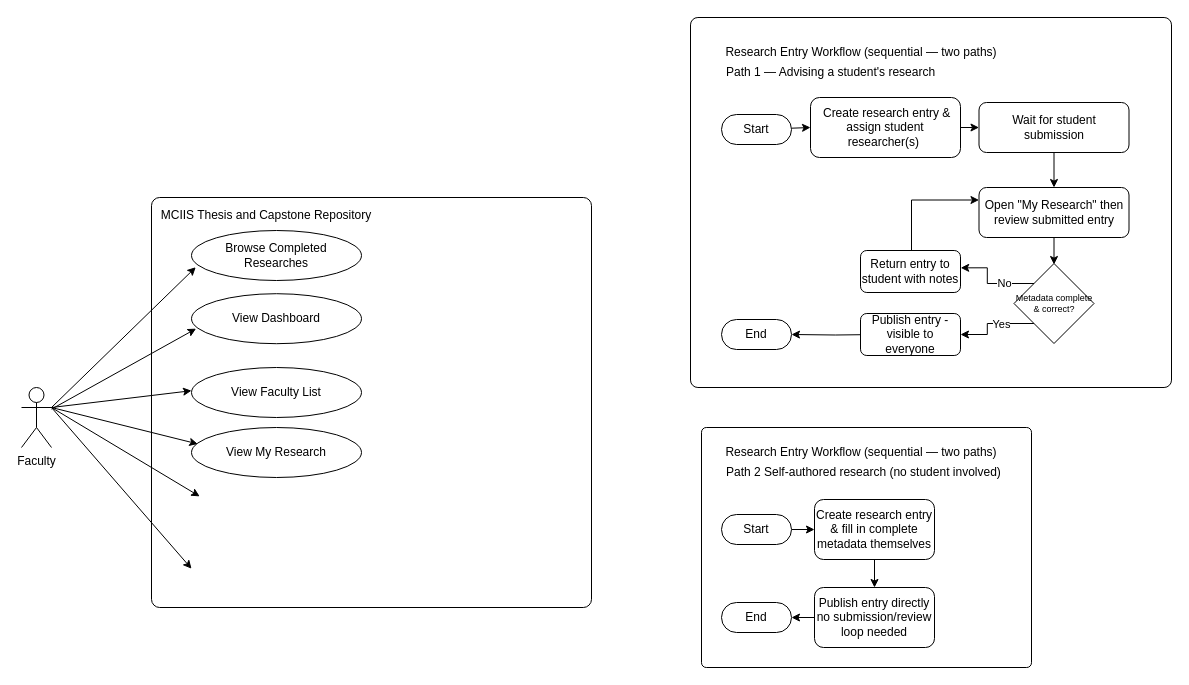
Above: page "faculty" (3 of 4) of user_flow_diagram.drawio in reynchick/mciistcrepo (draw.io), before the change. Source tidied: cells renumbered, new cells numbered last; positions are measured from the earlier drawing's top-left corner, leaving out a move shared by most shapes. Both pictures are drawn from the tidied source at 100%, with x=0, y=0 at pixel (21, 17).
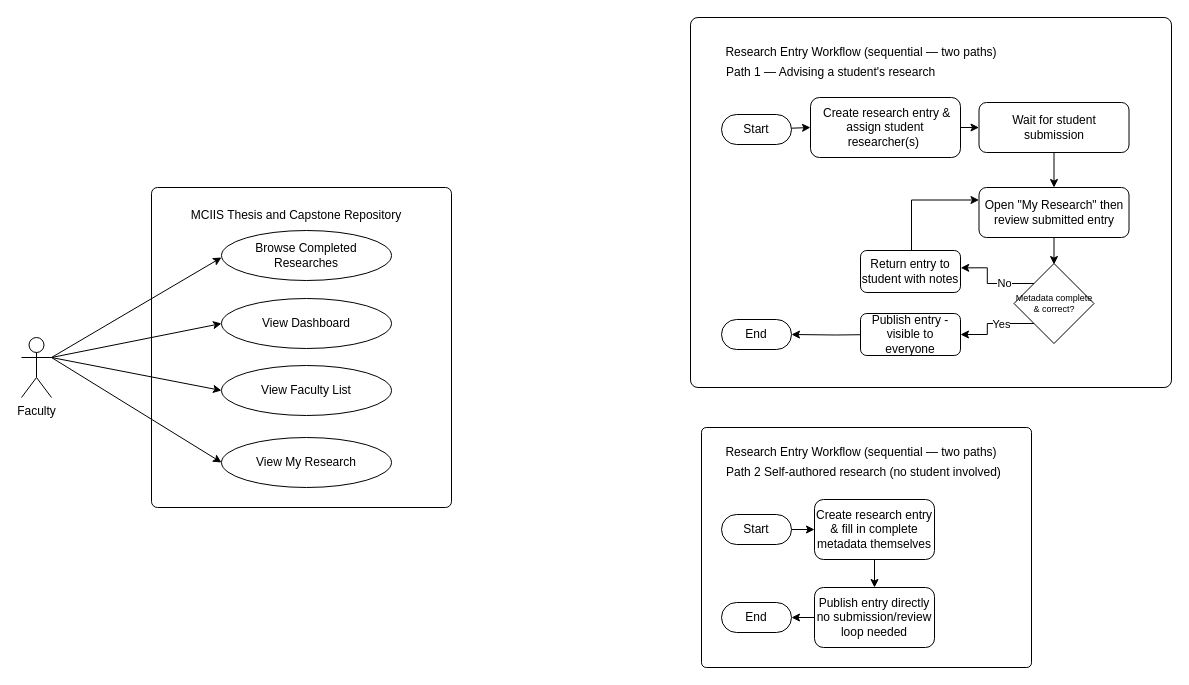
The same page after the edit.

Diff of the diagram source:
```diff
@@
     <mxCell id="4" style="rounded=1;whiteSpace=wrap;html=1;arcSize=2;" parent="1" vertex="1">
-      <mxGeometry x="130" y="180" width="440" height="410" as="geometry" />
+      <mxGeometry x="130" y="170" width="300" height="320" as="geometry" />
     </mxCell>
-    <mxCell id="5" style="rounded=0;jettySize=auto;html=1;entryX=0;entryY=0.644;entryDx=0;entryDy=0;entryPerimeter=0;exitX=1;exitY=0.3333333333333333;exitDx=0;exitDy=0;exitPerimeter=0;" parent="1" edge="1" source="10">
-      <mxGeometry relative="1" as="geometry">
-        <mxPoint x="170" y="373.2" as="targetPoint" />
-      </mxGeometry>
+    <mxCell id="5" style="rounded=0;jettySize=auto;html=1;entryX=0;entryY=0.5;entryDx=0;entryDy=0;exitX=1;exitY=0.3333333333333333;exitDx=0;exitDy=0;exitPerimeter=0;" parent="1" edge="1" source="10" target="15">
+      <mxGeometry relative="1" as="geometry" />
     </mxCell>
-    <mxCell id="6" style="rounded=0;jettySize=auto;html=1;entryX=0.037;entryY=0.329;entryDx=0;entryDy=0;entryPerimeter=0;exitX=1;exitY=0.3333333333333333;exitDx=0;exitDy=0;exitPerimeter=0;" parent="1" edge="1" source="10" target="16">
+    <mxCell id="6" style="rounded=0;jettySize=auto;html=1;entryX=0;entryY=0.5;entryDx=0;entryDy=0;exitX=1;exitY=0.3333333333333333;exitDx=0;exitDy=0;exitPerimeter=0;" parent="1" edge="1" source="10" target="16">
       <mxGeometry relative="1" as="geometry" />
     </mxCell>
-    <mxCell id="7" style="edgeStyle=none;rounded=0;jettySize=auto;html=1;entryX=0.027;entryY=0.699;entryDx=0;entryDy=0;entryPerimeter=0;" parent="1" edge="1" source="10" target="11">
+    <mxCell id="7" style="edgeStyle=none;rounded=0;jettySize=auto;html=1;entryX=0;entryY=0.5;entryDx=0;entryDy=0;exitX=1;exitY=0.3333333333333333;exitDx=0;exitDy=0;exitPerimeter=0;" parent="1" edge="1" source="10" target="11">
       <mxGeometry relative="1" as="geometry" />
     </mxCell>
-    <mxCell id="8" style="edgeStyle=none;rounded=0;jettySize=auto;html=1;exitX=1;exitY=0.3333333333333333;exitDx=0;exitDy=0;exitPerimeter=0;entryX=0.048;entryY=0.253;entryDx=0;entryDy=0;entryPerimeter=0;" parent="1" edge="1" source="10">
-      <mxGeometry relative="1" as="geometry">
-        <mxPoint x="178.2" y="478.9" as="targetPoint" />
-      </mxGeometry>
-    </mxCell>
-    <mxCell id="9" style="edgeStyle=none;rounded=0;jettySize=auto;html=1;entryX=0;entryY=0.5;entryDx=0;entryDy=0;exitX=1;exitY=0.3333333333333333;exitDx=0;exitDy=0;exitPerimeter=0;" parent="1" edge="1" source="10">
-      <mxGeometry relative="1" as="geometry">
-        <mxPoint x="170" y="551.2" as="targetPoint" />
-      </mxGeometry>
-    </mxCell>
     <mxCell id="10" value="Faculty" style="shape=umlActor;verticalLabelPosition=bottom;verticalAlign=top;html=1;outlineConnect=0;" parent="1" vertex="1">
-      <mxGeometry y="370" width="30" height="60" as="geometry" />
+      <mxGeometry y="320" width="30" height="60" as="geometry" />
     </mxCell>
     <mxCell id="11" value="&lt;div&gt;View Dashboard&lt;/div&gt;" style="ellipse;whiteSpace=wrap;html=1;shapeInside=1;" parent="1" vertex="1">
-      <mxGeometry x="170" y="276.2" width="170" height="50" as="geometry" />
+      <mxGeometry x="200" y="281" width="170" height="50" as="geometry" />
     </mxCell>
     <mxCell id="12" value="Browse Completed Researches" style="ellipse;whiteSpace=wrap;html=1;shapeInside=1;" parent="1" vertex="1">
-      <mxGeometry x="170" y="213" width="170" height="50" as="geometry" />
+      <mxGeometry x="200" y="213" width="170" height="50" as="geometry" />
     </mxCell>
     <mxCell id="13" value="MCIIS Thesis and Capstone Repository" style="text;html=1;whiteSpace=wrap;strokeColor=none;fillColor=none;align=center;verticalAlign=middle;rounded=0;" parent="1" vertex="1">
-      <mxGeometry x="135" y="183" width="220" height="30" as="geometry" />
+      <mxGeometry x="165" y="183" width="220" height="30" as="geometry" />
     </mxCell>
-    <mxCell id="14" style="edgeStyle=none;rounded=0;jettySize=auto;html=1;entryX=0.025;entryY=0.734;entryDx=0;entryDy=0;entryPerimeter=0;exitX=1;exitY=0.3333333333333333;exitDx=0;exitDy=0;exitPerimeter=0;" parent="1" edge="1" source="10" target="12">
-      <mxGeometry relative="1" as="geometry" />
+    <mxCell id="14" style="edgeStyle=none;rounded=0;jettySize=auto;html=1;entryX=0.012;entryY=0.38;entryDx=0;entryDy=0;entryPerimeter=0;exitX=1;exitY=0.3333333333333333;exitDx=0;exitDy=0;exitPerimeter=0;" parent="1" edge="1" source="10">
+      <mxGeometry relative="1" as="geometry">
+        <mxPoint x="200" y="240" as="targetPoint" />
+      </mxGeometry>
     </mxCell>
     <mxCell id="15" value="View Faculty List" style="ellipse;whiteSpace=wrap;html=1;shapeInside=1;" parent="1" vertex="1">
-      <mxGeometry x="170" y="350" width="170" height="50" as="geometry" />
+      <mxGeometry x="200" y="348" width="170" height="50" as="geometry" />
     </mxCell>
     <mxCell id="16" value="View My Research" style="ellipse;whiteSpace=wrap;html=1;shapeInside=1;" parent="1" vertex="1">
-      <mxGeometry x="170" y="410" width="170" height="50" as="geometry" />
+      <mxGeometry x="200" y="420" width="170" height="50" as="geometry" />
     </mxCell>
@@
+    <mxCell id="46" style="edgeStyle=orthogonalEdgeStyle;curved=1;rounded=0;orthogonalLoop=1;jettySize=auto;html=1;innerLoopWaypoints=1;exitX=0.5;exitY=1;exitDx=0;exitDy=0;fontSize=12;startSize=8;endSize=8;" parent="1" edge="1" source="4" target="4">
+      <mxGeometry relative="1" as="geometry" />
+    </mxCell>
```
